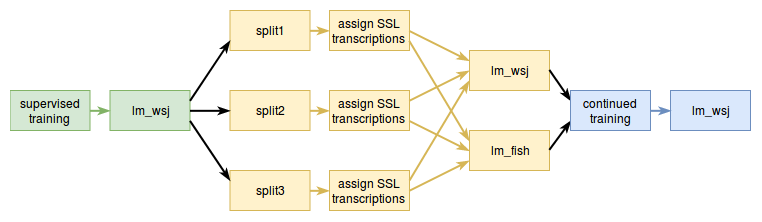
obentham/kaldi-domain-adaptation-with-ssl keeps this draw.io diagram as images/kaldi_ssl_da_flowchart2.png. Above is the earlier version. Source tidied: cells renumbered, new cells last; positions are measured from the earlier drawing's top-left corner, leaving out a move shared by most shapes.
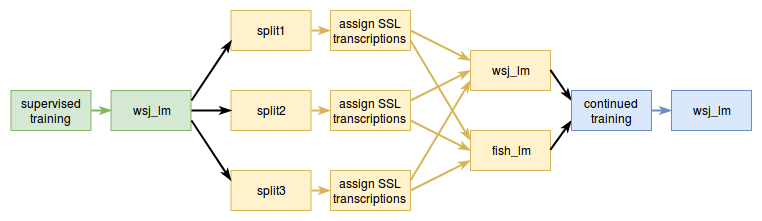
Above is the later version.

Diff of the diagram source:
```diff
@@ -2,7 +2,7 @@
   <root>
     <mxCell id="0" />
     <mxCell id="1" parent="0" />
-    <mxCell id="2" value="lm_wsj" style="text;html=1;strokeColor=#82b366;fillColor=#d5e8d4;align=center;verticalAlign=middle;whiteSpace=wrap;rounded=0;" parent="1" vertex="1">
+    <mxCell id="2" value="wsj_lm" style="text;html=1;strokeColor=#82b366;fillColor=#d5e8d4;align=center;verticalAlign=middle;whiteSpace=wrap;rounded=0;" parent="1" vertex="1">
       <mxGeometry x="99.5" y="80" width="80" height="40" as="geometry" />
     </mxCell>
     <mxCell id="3" value="&lt;div&gt;supervised training&lt;br&gt;&lt;/div&gt;" style="text;html=1;strokeColor=#82b366;fillColor=#d5e8d4;align=center;verticalAlign=middle;whiteSpace=wrap;rounded=0;" parent="1" vertex="1">
@@ -61,10 +61,10 @@
     <mxCell id="20" style="endArrow=classicThin;html=1;strokeColor=#d6b656;strokeWidth=2;fillColor=#fff2cc;endFill=1;exitX=1;exitY=0.5;exitDx=0;exitDy=0;entryX=0;entryY=0.75;entryDx=0;entryDy=0;" parent="1" edge="1" source="9" target="22">
       <mxGeometry relative="1" as="geometry" />
     </mxCell>
-    <mxCell id="21" value="lm_wsj" style="text;html=1;strokeColor=#d6b656;fillColor=#fff2cc;align=center;verticalAlign=middle;whiteSpace=wrap;rounded=0;" parent="1" vertex="1">
+    <mxCell id="21" value="wsj_lm" style="text;html=1;strokeColor=#d6b656;fillColor=#fff2cc;align=center;verticalAlign=middle;whiteSpace=wrap;rounded=0;" parent="1" vertex="1">
       <mxGeometry x="459" y="40" width="80" height="40" as="geometry" />
     </mxCell>
-    <mxCell id="22" value="lm_fish" style="text;html=1;strokeColor=#d6b656;fillColor=#fff2cc;align=center;verticalAlign=middle;whiteSpace=wrap;rounded=0;" parent="1" vertex="1">
+    <mxCell id="22" value="fish_lm" style="text;html=1;strokeColor=#d6b656;fillColor=#fff2cc;align=center;verticalAlign=middle;whiteSpace=wrap;rounded=0;" parent="1" vertex="1">
       <mxGeometry x="459" y="120" width="80" height="40" as="geometry" />
     </mxCell>
     <mxCell id="23" style="endArrow=classicThin;html=1;strokeColor=#d6b656;strokeWidth=2;fillColor=#fff2cc;endFill=1;exitX=1;exitY=0.75;exitDx=0;exitDy=0;entryX=0;entryY=0.25;entryDx=0;entryDy=0;" parent="1" edge="1" source="4" target="22">
@@ -85,7 +85,7 @@
         <mxPoint x="538.8" y="139.3" as="sourcePoint" />
       </mxGeometry>
     </mxCell>
-    <mxCell id="27" value="lm_wsj" style="text;html=1;strokeColor=#6c8ebf;fillColor=#dae8fc;align=center;verticalAlign=middle;whiteSpace=wrap;rounded=0;" parent="1" vertex="1">
+    <mxCell id="27" value="wsj_lm" style="text;html=1;strokeColor=#6c8ebf;fillColor=#dae8fc;align=center;verticalAlign=middle;whiteSpace=wrap;rounded=0;" parent="1" vertex="1">
       <mxGeometry x="660" y="80" width="80" height="40" as="geometry" />
     </mxCell>
     <mxCell id="28" value="continued training" style="text;html=1;strokeColor=#6c8ebf;fillColor=#dae8fc;align=center;verticalAlign=middle;whiteSpace=wrap;rounded=0;" parent="1" vertex="1">
```
